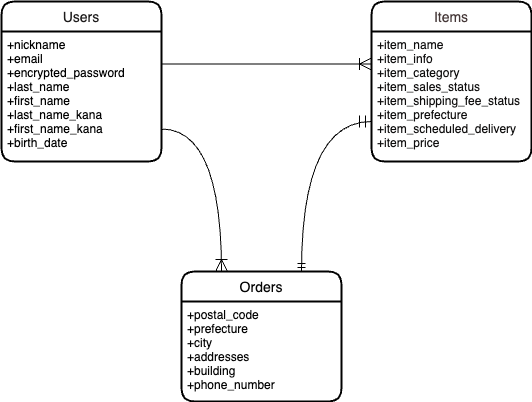
Above: DB_ER.png in m-miyashige/furima-kagawa2023-mimaka (draw.io), before the change. Source tidied: cells renumbered, new cells last; positions are measured from the earlier drawing's top-left corner, leaving out a move shared by most shapes.
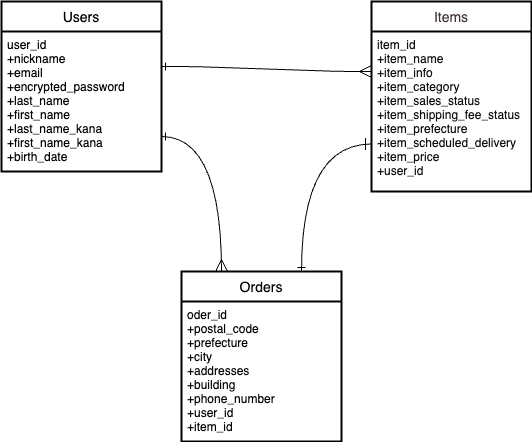
Above is the later version.

Change to the diagram source:
```diff
@@ -2,31 +2,31 @@
   <root>
     <mxCell id="0" />
     <mxCell id="1" parent="0" />
-    <mxCell id="2" value="Users" style="swimlane;horizontal=1;startSize=30;rounded=1;fontSize=14;fontStyle=0;strokeWidth=2;shadow=0;dashed=0;align=center;fontColor=#1d1b1b;" parent="1" vertex="1">
-      <mxGeometry width="160" height="160" as="geometry" />
+    <mxCell id="2" value="Users" style="swimlane;horizontal=1;startSize=30;rounded=0;fontSize=14;fontStyle=0;strokeWidth=2;shadow=0;dashed=0;align=center;labelBackgroundColor=none;labelBorderColor=none;swimlaneFillColor=#FFFFFF;" parent="1" vertex="1">
+      <mxGeometry width="160" height="170" as="geometry" />
     </mxCell>
-    <mxCell id="3" value="+nickname&#10;+email&#10;+encrypted_password&#10;+last_name&#10;+first_name&#10;+last_name_kana&#10;+first_name_kana&#10;+birth_date" style="align=left;strokeColor=none;fillColor=none;spacingLeft=4;fontSize=12;verticalAlign=top;fontColor=#000000;" parent="2" vertex="1">
-      <mxGeometry y="30" width="160" height="130" as="geometry" />
+    <mxCell id="3" value="user_id&#10;+nickname&#10;+email&#10;+encrypted_password&#10;+last_name&#10;+first_name&#10;+last_name_kana&#10;+first_name_kana&#10;+birth_date" style="align=left;strokeColor=none;fillColor=none;spacingLeft=4;fontSize=12;verticalAlign=top;fontColor=#000000;" parent="2" vertex="1">
+      <mxGeometry y="30" width="160" height="140" as="geometry" />
     </mxCell>
-    <mxCell id="4" value="Items" style="swimlane;horizontal=1;startSize=30;rounded=1;fontSize=14;fontStyle=0;strokeWidth=2;shadow=0;dashed=0;align=center;fontColor=#463939;" parent="1" vertex="1">
-      <mxGeometry x="370" width="160" height="160" as="geometry" />
+    <mxCell id="4" value="Items" style="swimlane;horizontal=1;startSize=30;rounded=0;fontSize=14;fontStyle=0;strokeWidth=2;shadow=0;dashed=0;align=center;fontColor=#463939;swimlaneFillColor=#FFFFFF;" parent="1" vertex="1">
+      <mxGeometry x="370" width="160" height="190" as="geometry" />
     </mxCell>
-    <mxCell id="5" value="+item_name&#10;+item_info&#10;+item_category&#10;+item_sales_status &#10;+item_shipping_fee_status&#10;+item_prefecture&#10;+item_scheduled_delivery&#10;+item_price" style="align=left;strokeColor=none;fillColor=none;spacingLeft=4;fontSize=12;verticalAlign=top;fontColor=#100f0f;" parent="4" vertex="1">
-      <mxGeometry y="30" width="160" height="130" as="geometry" />
+    <mxCell id="5" value="item_id&#10;+item_name&#10;+item_info&#10;+item_category&#10;+item_sales_status &#10;+item_shipping_fee_status&#10;+item_prefecture&#10;+item_scheduled_delivery&#10;+item_price&#10;+user_id" style="align=left;strokeColor=none;fillColor=none;spacingLeft=4;fontSize=12;verticalAlign=top;fontColor=#100f0f;" parent="4" vertex="1">
+      <mxGeometry y="30" width="160" height="160" as="geometry" />
     </mxCell>
-    <mxCell id="6" style="fontSize=12;html=1;endArrow=ERoneToMany;fontColor=#F0F0F0;exitX=1;exitY=0.25;exitDx=0;exitDy=0;entryX=0;entryY=0.25;entryDx=0;entryDy=0;verticalAlign=middle;edgeStyle=entityRelationEdgeStyle;endSize=10;" parent="1" edge="1" source="3" target="5">
+    <mxCell id="6" style="fontSize=12;html=1;endArrow=ERmany;fontColor=#F0F0F0;exitX=1;exitY=0.25;exitDx=0;exitDy=0;entryX=0;entryY=0.25;entryDx=0;entryDy=0;verticalAlign=middle;edgeStyle=entityRelationEdgeStyle;endSize=10;startArrow=ERone;startFill=0;endFill=0;" parent="1" edge="1" source="3" target="5">
       <mxGeometry relative="1" as="geometry" />
     </mxCell>
-    <mxCell id="7" value="Orders" style="swimlane;horizontal=1;startSize=30;rounded=1;fontSize=14;fontStyle=0;strokeWidth=2;shadow=0;dashed=0;align=center;fontColor=#050505;" parent="1" vertex="1">
-      <mxGeometry x="180" y="270" width="160" height="130" as="geometry" />
+    <mxCell id="7" value="Orders" style="swimlane;horizontal=1;startSize=30;rounded=0;fontSize=14;fontStyle=0;strokeWidth=2;shadow=0;dashed=0;align=center;fontColor=#050505;swimlaneFillColor=#FFFFFF;" parent="1" vertex="1">
+      <mxGeometry x="180" y="270" width="160" height="170" as="geometry" />
     </mxCell>
-    <mxCell id="8" value="+postal_code&#10;+prefecture&#10;+city &#10;+addresses&#10;+building &#10;+phone_number&#10;" style="align=left;strokeColor=none;fillColor=none;spacingLeft=4;fontSize=12;verticalAlign=top;fontColor=#040404;" parent="7" vertex="1">
-      <mxGeometry y="30" width="160" height="100" as="geometry" />
+    <mxCell id="8" value="oder_id&#10;+postal_code&#10;+prefecture&#10;+city &#10;+addresses&#10;+building &#10;+phone_number&#10;+user_id&#10;+item_id" style="align=left;strokeColor=none;fillColor=none;spacingLeft=4;fontSize=12;verticalAlign=top;fontColor=#040404;" parent="7" vertex="1">
+      <mxGeometry y="30" width="160" height="140" as="geometry" />
     </mxCell>
-    <mxCell id="9" style="edgeStyle=orthogonalEdgeStyle;fontSize=12;html=1;endArrow=ERoneToMany;fontColor=#F0F0F0;exitX=1;exitY=0.75;exitDx=0;exitDy=0;curved=1;entryX=0.25;entryY=0;entryDx=0;entryDy=0;endSize=10;" parent="1" edge="1" source="3" target="7">
+    <mxCell id="9" style="edgeStyle=orthogonalEdgeStyle;fontSize=12;html=1;endArrow=ERmany;fontColor=#F0F0F0;exitX=1;exitY=0.75;exitDx=0;exitDy=0;curved=1;entryX=0.25;entryY=0;entryDx=0;entryDy=0;endSize=10;startArrow=ERone;startFill=0;endFill=0;" parent="1" edge="1" source="3" target="7">
       <mxGeometry relative="1" as="geometry" />
     </mxCell>
-    <mxCell id="10" style="edgeStyle=orthogonalEdgeStyle;fontSize=12;html=1;endArrow=ERmandOne;startArrow=ERmandOne;fontColor=#F0F0F0;endSize=10;curved=1;entryX=0;entryY=0.75;entryDx=0;entryDy=0;exitX=0.75;exitY=0;exitDx=0;exitDy=0;" parent="1" edge="1" source="7" target="4">
+    <mxCell id="10" style="edgeStyle=orthogonalEdgeStyle;fontSize=12;html=1;endArrow=ERone;startArrow=ERone;fontColor=#F0F0F0;endSize=10;curved=1;entryX=0;entryY=0.75;entryDx=0;entryDy=0;exitX=0.75;exitY=0;exitDx=0;exitDy=0;startFill=0;endFill=0;" parent="1" edge="1" source="7" target="4">
       <mxGeometry relative="1" as="geometry" />
     </mxCell>
   </root>
```
